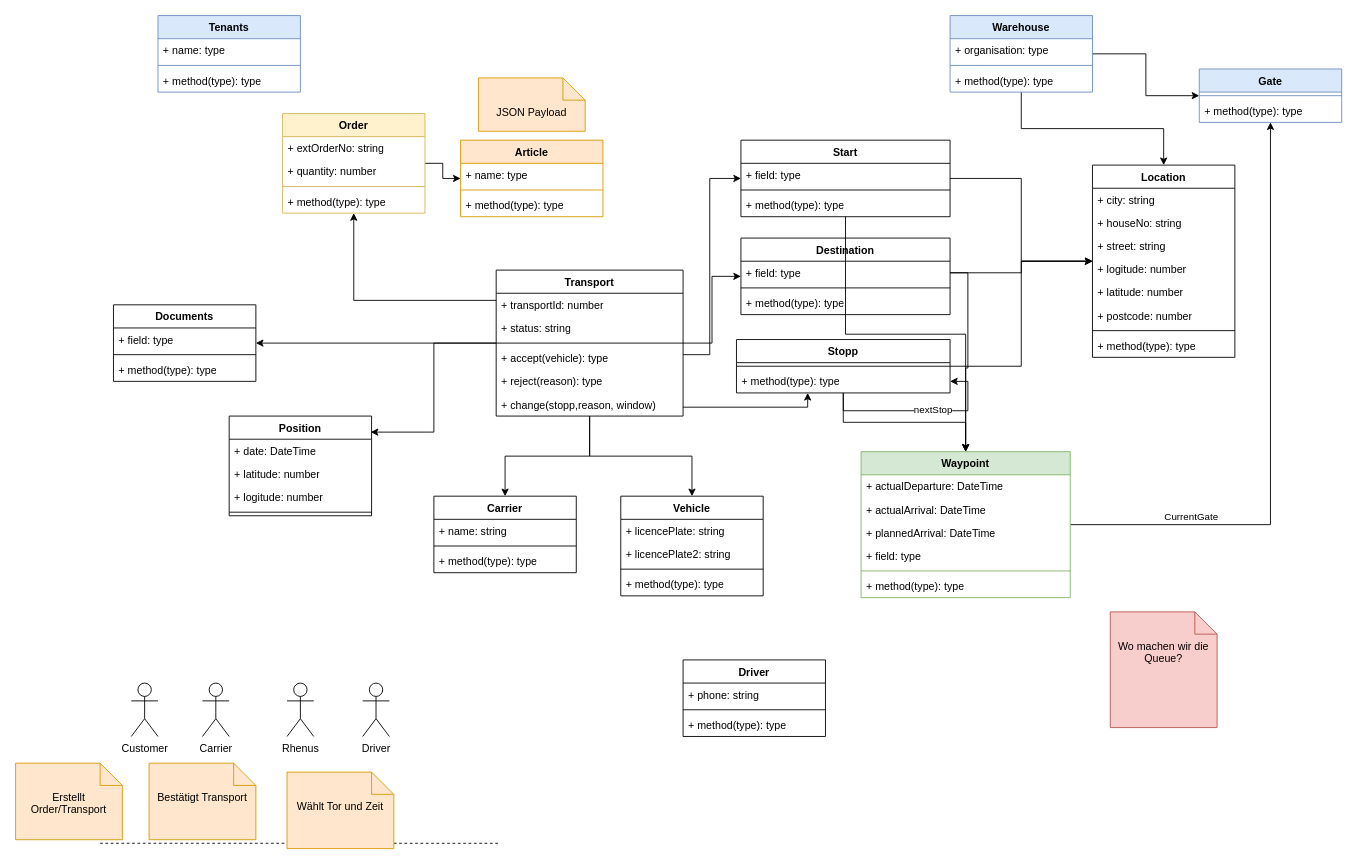
Earlier version of the draw.io diagram Loadlane.Domain/Docs/model.drawio (biclighter81/loadlane). Source tidied: cells renumbered, new cells numbered last; positions are measured from the earlier drawing's top-left corner, leaving out a move shared by most shapes. Both pictures are drawn from the tidied source at 89%, with x=0, y=0 at pixel (15, 15).
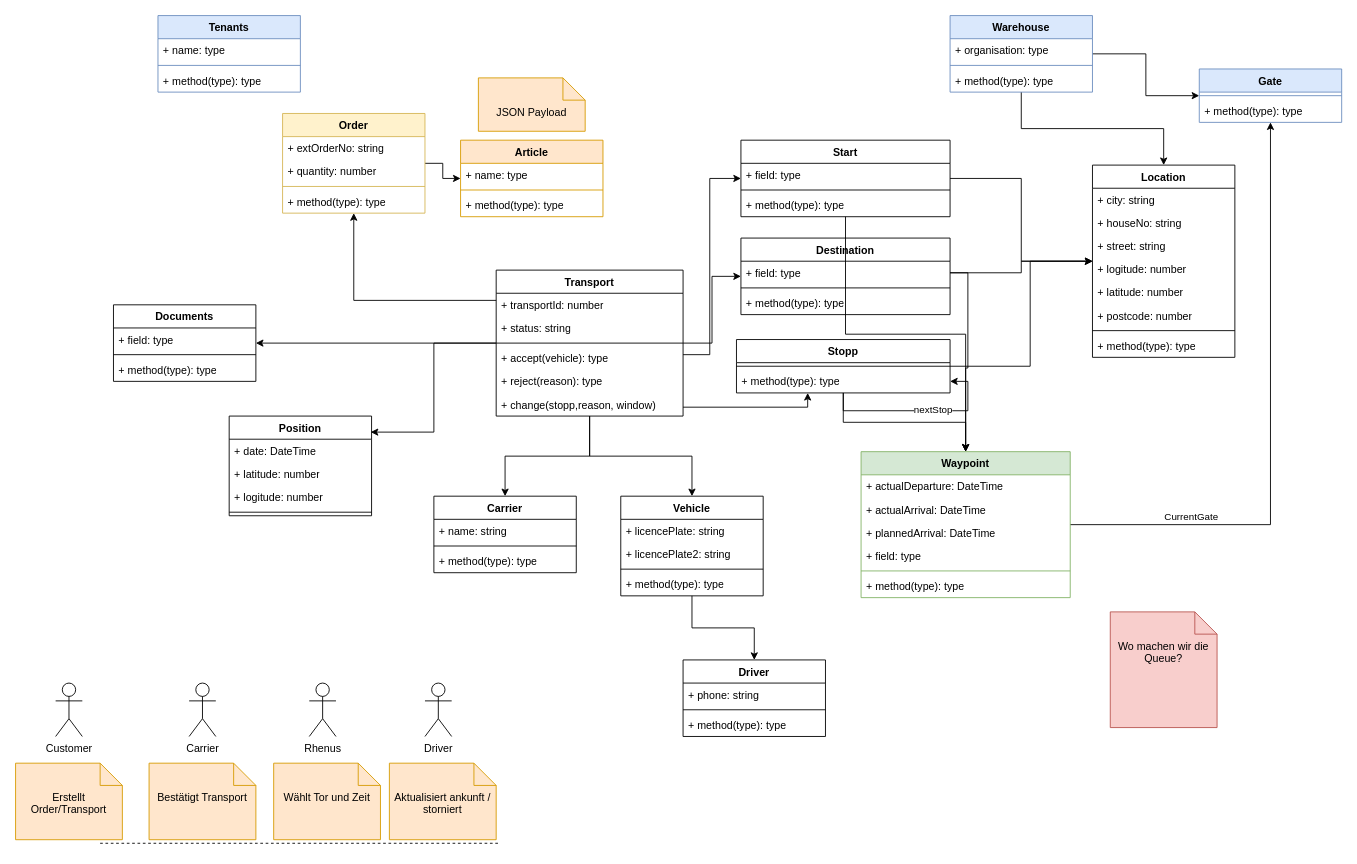
The same page after the edit.

Unchanged cells that the change refers to:
```xml
<mxCell id="26" value="Vehicle" style="swimlane;fontStyle=1;align=center;verticalAlign=top;horizontal=1;startSize=26;whiteSpace=wrap;html=1;" parent="1" vertex="1">
  <mxGeometry x="680" y="540" width="160" height="112" as="geometry" />
</mxCell>
<mxCell id="41" value="Stopp" style="swimlane;fontStyle=1;align=center;verticalAlign=top;horizontal=1;startSize=26;whiteSpace=wrap;html=1;" parent="1" vertex="1">
  <mxGeometry x="810" y="364" width="240" height="60" as="geometry" />
</mxCell>
<mxCell id="50" value="Driver" style="swimlane;fontStyle=1;align=center;verticalAlign=top;horizontal=1;startSize=26;whiteSpace=wrap;html=1;" parent="1" vertex="1">
  <mxGeometry x="750" y="724" width="160" height="86" as="geometry" />
</mxCell>
<mxCell id="64" value="Location" style="swimlane;fontStyle=1;align=center;verticalAlign=top;horizontal=1;startSize=26;whiteSpace=wrap;html=1;" parent="1" vertex="1">
  <mxGeometry x="1210" y="168" width="160" height="216" as="geometry" />
</mxCell>
```

What changed in the source:
```diff
@@
+    <mxCell id="109" style="edgeStyle=orthogonalEdgeStyle;rounded=0;jettySize=auto;html=1;" parent="1" edge="1" source="26" target="50">
+      <mxGeometry relative="1" as="geometry" />
+    </mxCell>
@@
     <mxCell id="39" style="edgeStyle=orthogonalEdgeStyle;rounded=0;jettySize=auto;html=1;" parent="1" edge="1" source="41" target="64">
-      <mxGeometry relative="1" as="geometry" />
+      <mxGeometry relative="1" as="geometry">
+        <Array as="points">
+          <mxPoint x="1140" y="394" />
+          <mxPoint x="1140" y="276" />
+        </Array>
+      </mxGeometry>
     </mxCell>
@@
     <mxCell id="81" value="Customer" style="shape=umlActor;verticalLabelPosition=bottom;verticalAlign=top;html=1;" parent="1" vertex="1">
-      <mxGeometry x="130" y="750" width="30" height="60" as="geometry" />
+      <mxGeometry x="45" y="750" width="30" height="60" as="geometry" />
     </mxCell>
     <mxCell id="82" value="Carrier" style="shape=umlActor;verticalLabelPosition=bottom;verticalAlign=top;html=1;" parent="1" vertex="1">
-      <mxGeometry x="210" y="750" width="30" height="60" as="geometry" />
+      <mxGeometry x="195" y="750" width="30" height="60" as="geometry" />
     </mxCell>
     <mxCell id="83" value="Rhenus" style="shape=umlActor;verticalLabelPosition=bottom;verticalAlign=top;html=1;" parent="1" vertex="1">
-      <mxGeometry x="305" y="750" width="30" height="60" as="geometry" />
+      <mxGeometry x="330" y="750" width="30" height="60" as="geometry" />
     </mxCell>
     <mxCell id="84" value="Driver" style="shape=umlActor;verticalLabelPosition=bottom;verticalAlign=top;html=1;" parent="1" vertex="1">
-      <mxGeometry x="390" y="750" width="30" height="60" as="geometry" />
+      <mxGeometry x="460" y="750" width="30" height="60" as="geometry" />
     </mxCell>
@@
     <mxCell id="89" value="Wählt Tor und Zeit" style="shape=note2;boundedLbl=1;whiteSpace=wrap;html=1;size=25;verticalAlign=top;align=center;fillColor=#ffe6cc;strokeColor=#d79b00;" parent="1" vertex="1">
-      <mxGeometry x="305" y="850" width="120" height="86" as="geometry" />
+      <mxGeometry x="290" y="840" width="120" height="86" as="geometry" />
     </mxCell>
@@
+    <mxCell id="110" value="Aktualisiert ankunft / storniert" style="shape=note2;boundedLbl=1;whiteSpace=wrap;html=1;size=25;verticalAlign=top;align=center;fillColor=#ffe6cc;strokeColor=#d79b00;" parent="1" vertex="1">
+      <mxGeometry x="420" y="840" width="120" height="86" as="geometry" />
+    </mxCell>
```
